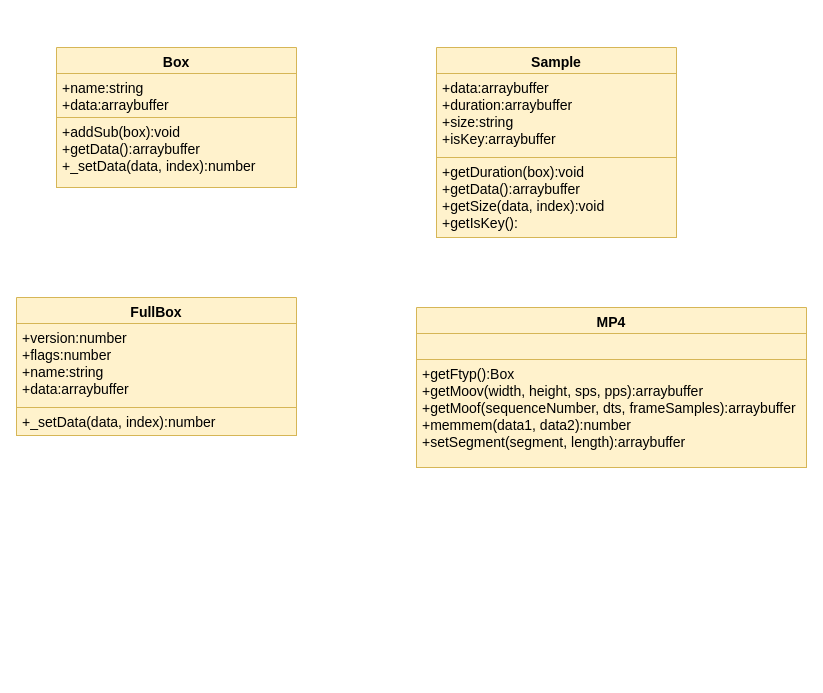
hellangel2017/hello-world keeps this draw.io diagram as page "Page-5" (5 of 5) of Untitled Diagram.drawio. Above is the earlier version. Source tidied: cells renumbered, new cells numbered last; positions are measured from the earlier drawing's top-left corner, leaving out a move shared by most shapes. Both pictures are drawn from the tidied source at 100%, with x=0, y=0 at pixel (16, 47).
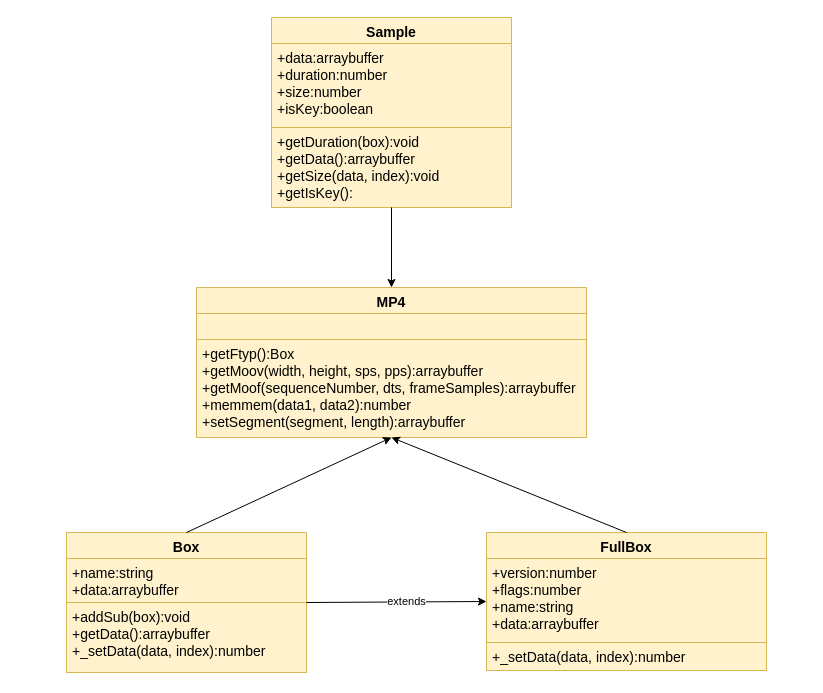
After the change.

Change to the diagram source:
```diff
@@
     <mxCell id="2" value="Box" style="swimlane;fontStyle=1;align=center;verticalAlign=top;horizontal=1;startSize=26;fontSize=14;fillColor=#fff2cc;strokeColor=#d6b656;" parent="1" vertex="1">
-      <mxGeometry x="40" width="240" height="140" as="geometry" />
+      <mxGeometry x="50" y="485" width="240" height="140" as="geometry" />
     </mxCell>
@@
     <mxCell id="6" value="FullBox" style="swimlane;fontStyle=1;align=center;verticalAlign=top;horizontal=1;startSize=26;fontSize=14;fillColor=#fff2cc;strokeColor=#d6b656;" parent="1" vertex="1">
-      <mxGeometry y="250" width="280" height="138" as="geometry" />
+      <mxGeometry x="470" y="485" width="280" height="138" as="geometry" />
     </mxCell>
@@
     <mxCell id="10" value="MP4" style="swimlane;fontStyle=1;align=center;verticalAlign=top;horizontal=1;startSize=26;fontSize=14;fillColor=#fff2cc;strokeColor=#d6b656;" parent="1" vertex="1">
-      <mxGeometry x="400" y="260" width="390" height="160" as="geometry" />
+      <mxGeometry x="180" y="240" width="390" height="150" as="geometry" />
     </mxCell>
@@
     <mxCell id="13" value="+getFtyp():Box&#10;+getMoov(width, height, sps, pps):arraybuffer&#10;+getMoof(sequenceNumber, dts, frameSamples):arraybuffer&#10;+memmem(data1, data2):number&#10;+setSegment(segment, length):arraybuffer&#10;" style="text;strokeColor=#d6b656;fillColor=#fff2cc;align=left;verticalAlign=top;spacingLeft=4;spacingRight=4;overflow=hidden;fontSize=14;" parent="10" vertex="1">
-      <mxGeometry y="52" width="390" height="108" as="geometry" />
+      <mxGeometry y="52" width="390" height="98" as="geometry" />
     </mxCell>
     <mxCell id="14" value="Sample" style="swimlane;fontStyle=1;align=center;verticalAlign=top;horizontal=1;startSize=26;fontSize=14;fillColor=#fff2cc;strokeColor=#d6b656;" parent="1" vertex="1">
-      <mxGeometry x="420" width="240" height="190" as="geometry" />
+      <mxGeometry x="255" y="-30" width="240" height="190" as="geometry" />
     </mxCell>
-    <mxCell id="15" value="+data:arraybuffer&#10;+duration:arraybuffer&#10;+size:string&#10;+isKey:arraybuffer" style="text;strokeColor=#d6b656;fillColor=#fff2cc;align=left;verticalAlign=top;spacingLeft=4;spacingRight=4;overflow=hidden;fontSize=14;" parent="14" vertex="1">
+    <mxCell id="15" value="+data:arraybuffer&#10;+duration:number&#10;+size:number&#10;+isKey:boolean" style="text;strokeColor=#d6b656;fillColor=#fff2cc;align=left;verticalAlign=top;spacingLeft=4;spacingRight=4;overflow=hidden;fontSize=14;" parent="14" vertex="1">
       <mxGeometry y="26" width="240" height="84" as="geometry" />
     </mxCell>
@@
+    <mxCell id="18" style="endArrow=classic;html=1;exitX=0.5;exitY=1;exitDx=0;exitDy=0;entryX=0.5;entryY=0;entryDx=0;entryDy=0;" parent="1" edge="1" source="14" target="10">
+      <mxGeometry relative="1" as="geometry" />
+    </mxCell>
+    <mxCell id="19" style="endArrow=classic;html=1;exitX=0.5;exitY=0;exitDx=0;exitDy=0;entryX=0.5;entryY=1;entryDx=0;entryDy=0;" parent="1" edge="1" source="2" target="10">
+      <mxGeometry relative="1" as="geometry" />
+    </mxCell>
+    <mxCell id="20" style="endArrow=classic;html=1;exitX=0.5;exitY=0;exitDx=0;exitDy=0;entryX=0.5;entryY=1;entryDx=0;entryDy=0;" parent="1" edge="1" source="6" target="10">
+      <mxGeometry relative="1" as="geometry" />
+    </mxCell>
+    <mxCell id="21" style="endArrow=classic;html=1;exitX=1;exitY=0.5;exitDx=0;exitDy=0;entryX=0;entryY=0.5;entryDx=0;entryDy=0;" parent="1" edge="1" source="2" target="6">
+      <mxGeometry relative="1" as="geometry" />
+    </mxCell>
+    <mxCell id="22" value="extends" style="edgeLabel;html=1;align=center;verticalAlign=middle;" parent="21" vertex="1">
+      <mxGeometry x="0.11" y="1" relative="1" as="geometry" />
+    </mxCell>
```
